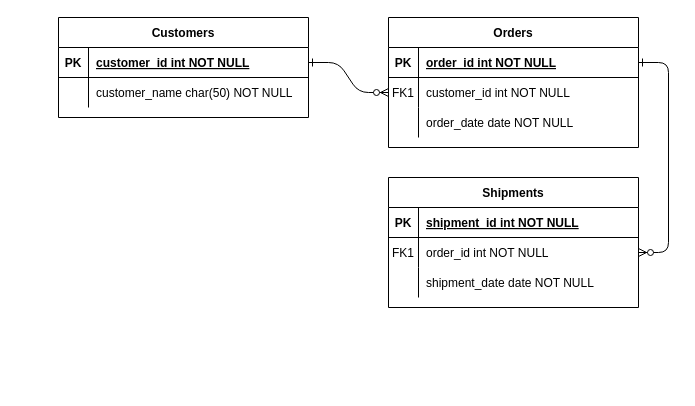
Hyeonju03/git_practice keeps this draw.io diagram as erdmember3 > o <.drawio. Above is the earlier version. Source tidied: cells renumbered, new cells numbered last; positions are measured from the earlier drawing's top-left corner, leaving out a move shared by most shapes. Both pictures are drawn from the tidied source at 100%, with x=0, y=0 at pixel (58, 17).
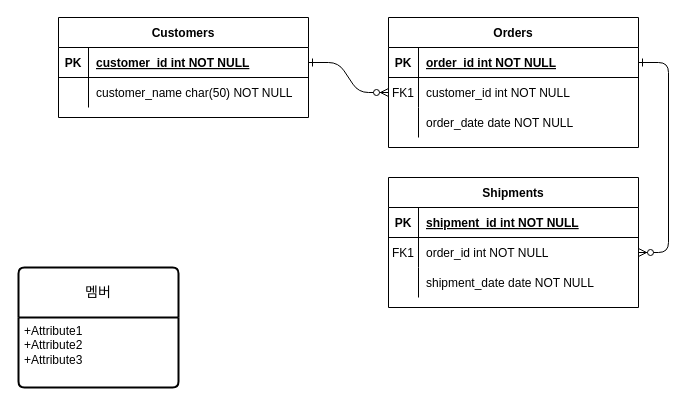
Above is the later version.

Diff of the diagram source:
```diff
@@
+    <mxCell id="31" value="멤버" style="swimlane;horizontal=1;startSize=50;rounded=1;fontSize=14;fontStyle=0;strokeWidth=2;shadow=0;dashed=0;align=center;arcSize=4;whiteSpace=wrap;html=1;" parent="1" vertex="1">
+      <mxGeometry x="-40" y="250" width="160" height="120" as="geometry" />
+    </mxCell>
+    <mxCell id="32" value="+Attribute1&#10;+Attribute2&#10;+Attribute3" style="align=left;strokeColor=none;fillColor=none;spacingLeft=4;fontSize=12;verticalAlign=top;html=1;" parent="31" vertex="1">
+      <mxGeometry y="50" width="160" height="70" as="geometry" />
+    </mxCell>
```
